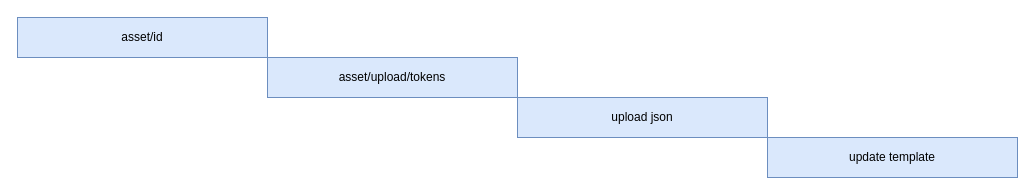
The draw.io diagram worker/核心指标-模板保存.drawio in TNT-Likely/diagrams, before the edit. Source tidied: cells renumbered, new cells numbered last; positions are measured from the earlier drawing's top-left corner, leaving out a move shared by most shapes. Both pictures are drawn from the tidied source at 100%, with x=0, y=0 at pixel (17, 17).
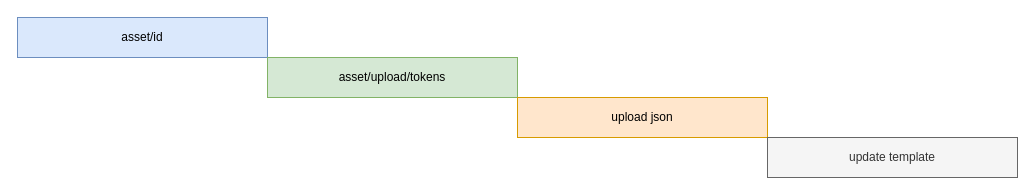
After the change.

Commit message (it also covers changes not shown here):
更新核心指标-模板保存.drawio

Change to the diagram source:
```diff
@@
 <mxGraphModel>
   <root>
     <mxCell id="0" />
     <mxCell id="1" parent="0" />
     <mxCell id="2" value="asset/id" style="rounded=0;whiteSpace=wrap;html=1;fillColor=#dae8fc;strokeColor=#6c8ebf;" parent="1" vertex="1">
       <mxGeometry width="250" height="40" as="geometry" />
     </mxCell>
-    <mxCell id="3" value="asset/upload/tokens" style="rounded=0;whiteSpace=wrap;html=1;fillColor=#dae8fc;strokeColor=#6c8ebf;" parent="1" vertex="1">
+    <mxCell id="3" value="asset/upload/tokens" style="rounded=0;whiteSpace=wrap;html=1;fillColor=#d5e8d4;strokeColor=#82b366;" parent="1" vertex="1">
       <mxGeometry x="250" y="40" width="250" height="40" as="geometry" />
     </mxCell>
-    <mxCell id="4" value="upload json" style="rounded=0;whiteSpace=wrap;html=1;fillColor=#dae8fc;strokeColor=#6c8ebf;" parent="1" vertex="1">
+    <mxCell id="4" value="upload json" style="rounded=0;whiteSpace=wrap;html=1;fillColor=#ffe6cc;strokeColor=#d79b00;" parent="1" vertex="1">
       <mxGeometry x="500" y="80" width="250" height="40" as="geometry" />
     </mxCell>
-    <mxCell id="5" value="update template" style="rounded=0;whiteSpace=wrap;html=1;fillColor=#dae8fc;strokeColor=#6c8ebf;" parent="1" vertex="1">
+    <mxCell id="5" value="update template" style="rounded=0;whiteSpace=wrap;html=1;fillColor=#f5f5f5;strokeColor=#666666;fontColor=#333333;" parent="1" vertex="1">
       <mxGeometry x="750" y="120" width="250" height="40" as="geometry" />
     </mxCell>
   </root>
 </mxGraphModel>
```
